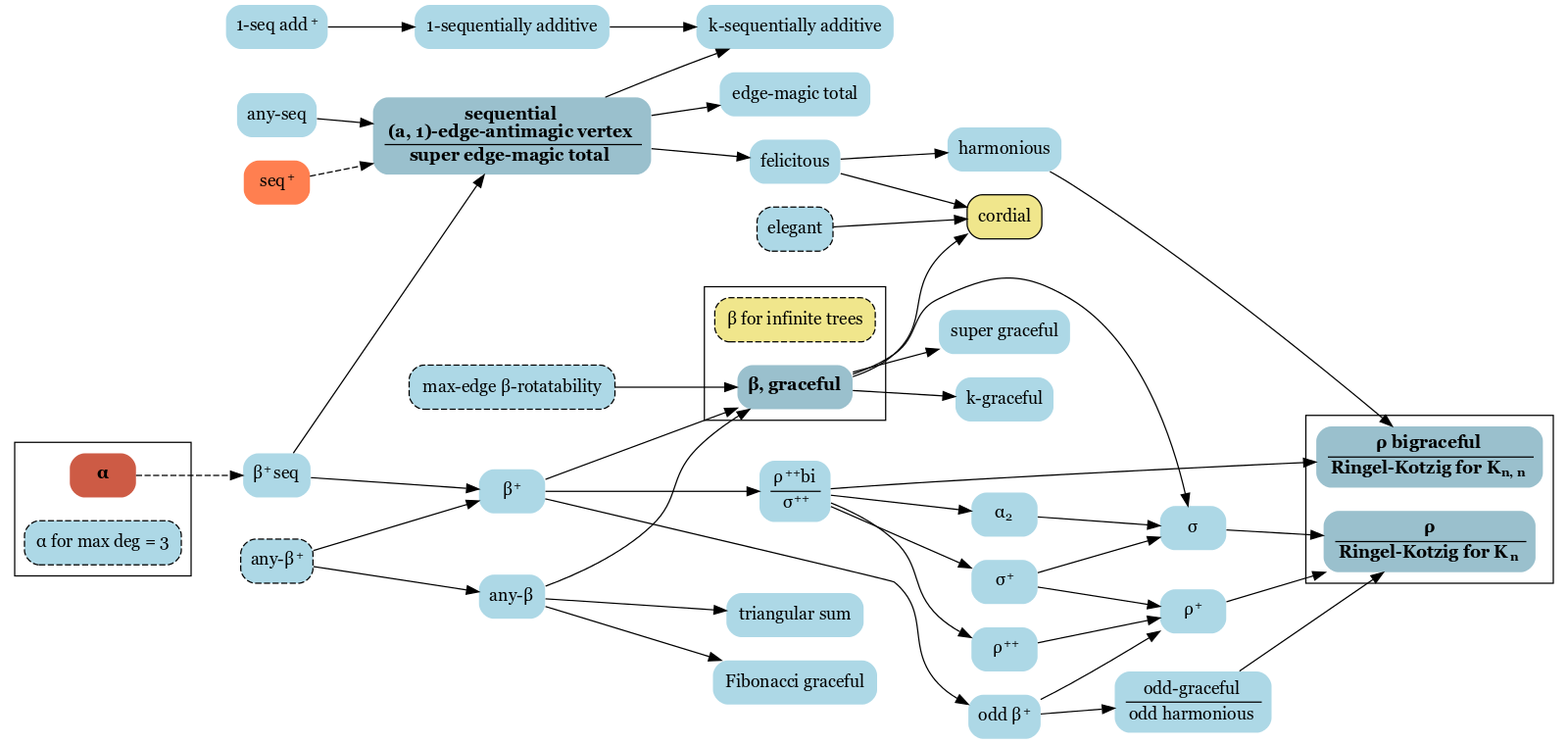
This is diagram/tree_labelings.png from gexahedron/graceful-labeling, a Graphviz export, as it was before one commit. Its source is kept beside it as diagram/tree_labelings.dot.
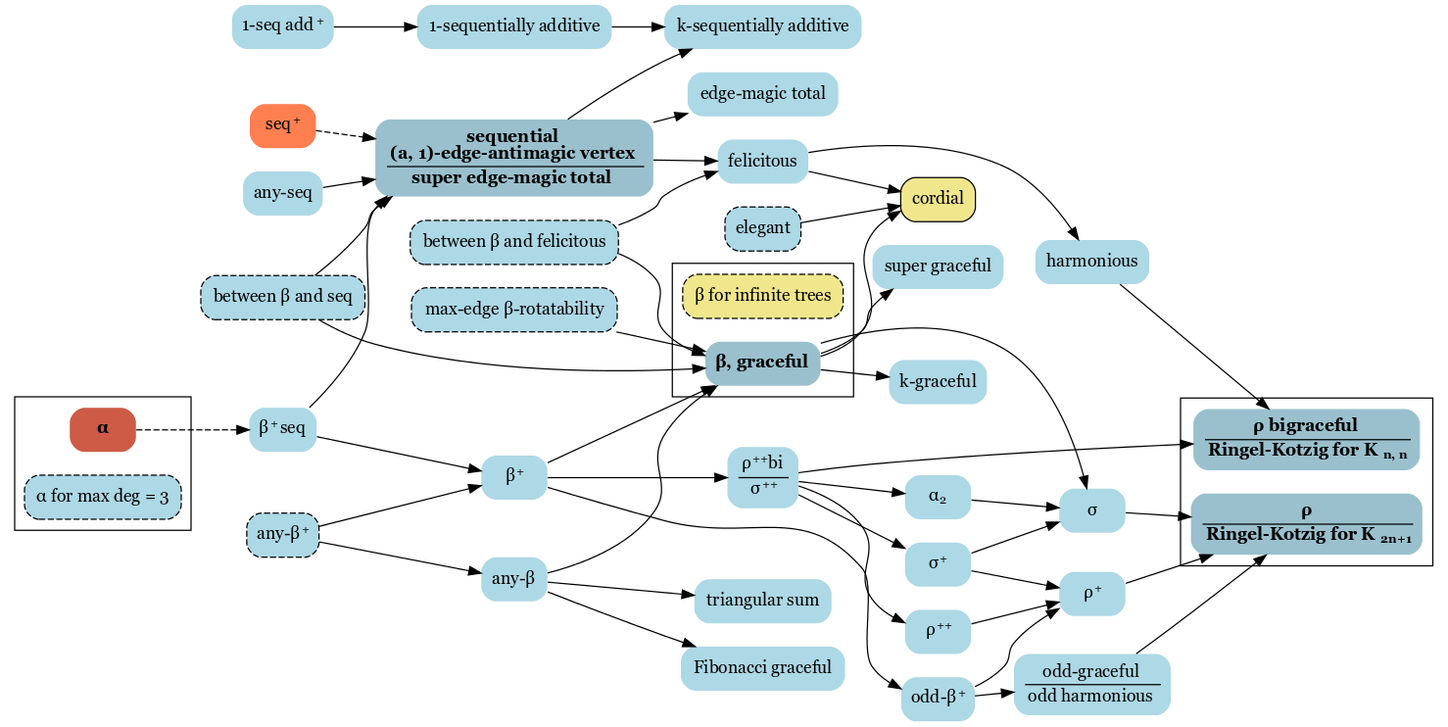
Later version of the same file.

Diff of the diagram source:
```diff
@@ -1,9 +1,13 @@
 digraph labelings {
     rankdir="LR"
-    graph [fontname = "georgia"]
+    graph [fontname = "georgia", overlap=false]
     node [fontname = "georgia"]
     edge [fontname = "georgia"]
+    ranksep=0.1
+    compound=true
+    rankdir="LR"
     node [color="black", fillcolor="lightblue", penwidth=0, style=filled, shape=Mrecord]
+
 
     subgraph thms {
         node [color="black", fillcolor="khaki", penwidth=1]
@@ -24,7 +28,7 @@
 
         rho [label=<<B><TABLE BORDER="0" CELLBORDER="0" CELLSPACING="1">
             <TR><TD>ρ</TD></TR><HR/>
-            <TR><TD>Ringel-Kotzig for K<SUB><FONT POINT-SIZE="10">n</FONT></SUB></TD></TR>
+            <TR><TD>Ringel-Kotzig for K<SUB><FONT POINT-SIZE="10">2n+1</FONT></SUB></TD></TR>
             </TABLE></B>>]
 
         rho_bi [label=<<B><TABLE BORDER="0" CELLBORDER="0" CELLSPACING="1">
@@ -48,7 +52,10 @@
         beta_rot [label="max-edge β-rotatability"]
         any_beta_p [label=<any-β<SUP><FONT POINT-SIZE="10">+</FONT></SUP>>]
         elegant
+        beta_vs_seq [label="between β and seq"]
+        beta_vs_felicitous [label="between β and felicitous"]
     }
+
 
     subgraph cluster_alpha {
         alpha
@@ -65,6 +72,7 @@
         rho_bi
     }
 
+
     beta_plus_seq [label=<β<SUP><FONT POINT-SIZE="10">+ </FONT></SUP>seq>]
     beta_plus [label=<β<SUP><FONT POINT-SIZE="10">+</FONT></SUP>>]
     emt [label="edge-magic total"]
@@ -79,7 +87,7 @@
     rho_p [label=<ρ<SUP><FONT POINT-SIZE="10">+</FONT></SUP>>]
     any_beta [label=<any-β>]
     any_seq [label="any-seq"]
-    odd_beta_plus [label=<odd β<SUP><FONT POINT-SIZE="10">+</FONT></SUP>>]
+    odd_beta_plus [label=<odd-β<SUP><FONT POINT-SIZE="10">+</FONT></SUP>>]
     odd_beta [label=<<TABLE BORDER="0" CELLBORDER="0" CELLSPACING="1">
         <TR><TD>odd-graceful</TD></TR><HR/>
         <TR><TD>odd harmonious</TD></TR>
@@ -93,11 +101,13 @@
     alpha_2 [label=<α<SUB><FONT POINT-SIZE="10">2</FONT></SUB>>]
     one_seq_add_plus [label=<1-seq add<SUP><FONT POINT-SIZE="10">+</FONT></SUP>>]
 
+
     {
         edge [style="dashed"]
         alpha -> beta_plus_seq
         seq_plus -> seq
     }
+
 
     beta_plus_seq -> seq
     beta_plus_seq -> beta_plus
@@ -148,4 +158,10 @@
     one_seq_add_plus -> one_seq_add
 
     alpha_2 -> sigma
+
+    beta_vs_seq -> beta
+    beta_vs_seq -> seq
+
+    beta_vs_felicitous -> beta
+    beta_vs_felicitous -> felicitous
 }
```
